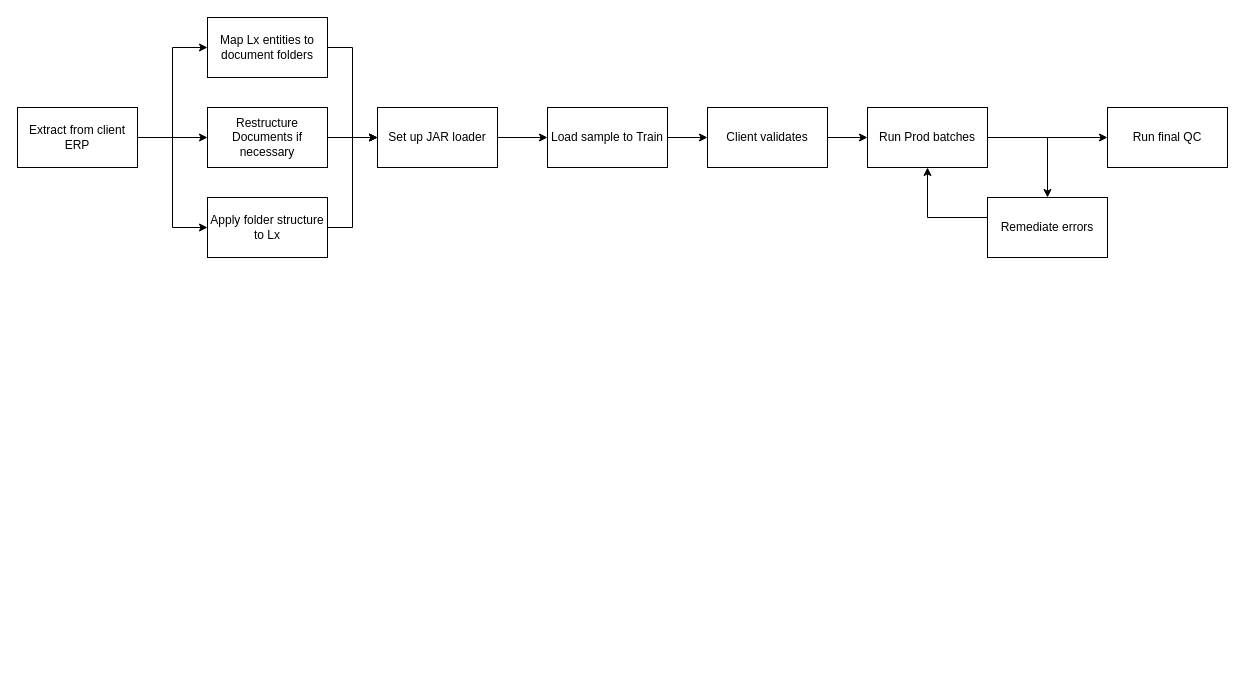
Before: Document Conversion.drawio in AndyGorham/Draw.io, a draw.io diagram. Source tidied: cells renumbered, new cells numbered last; positions are measured from the earlier drawing's top-left corner, leaving out a move shared by most shapes. Both pictures are drawn from the tidied source at 100%, with x=0, y=0 at pixel (17, 17).
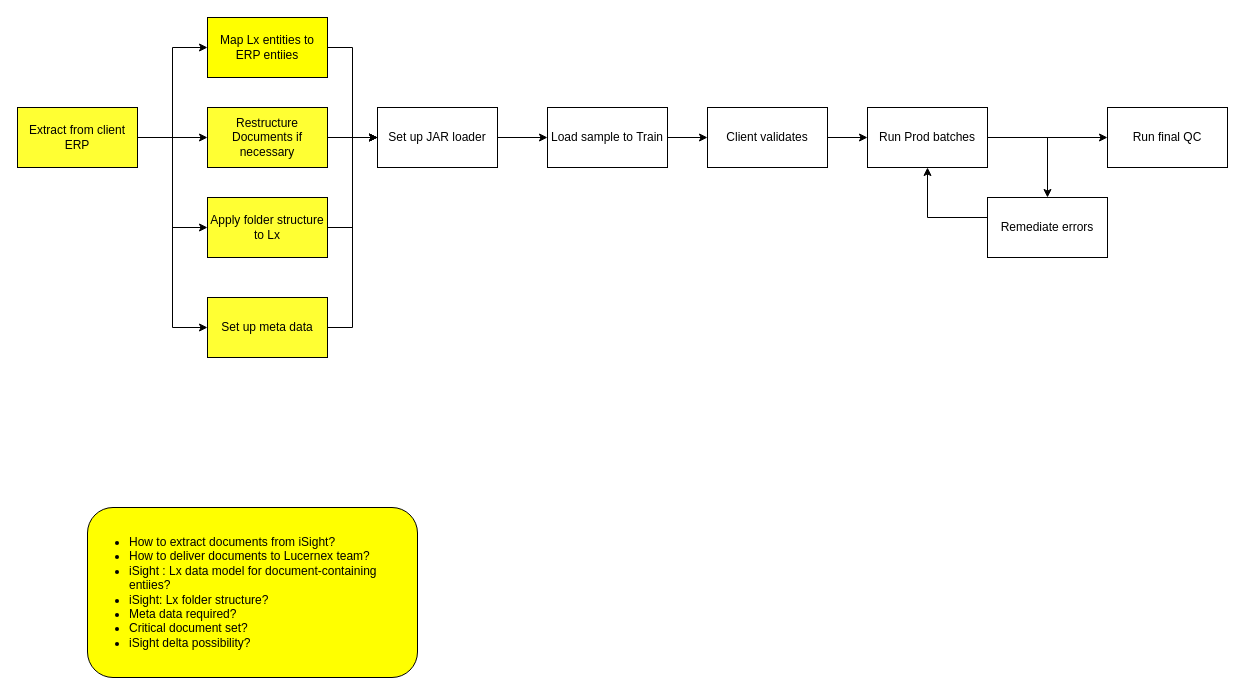
After the change.

The change refers to these unchanged cells:
```xml
<mxCell id="13" value="Set up JAR loader" style="rounded=0;whiteSpace=wrap;html=1;" parent="1" vertex="1">
  <mxGeometry x="360" y="90" width="120" height="60" as="geometry" />
</mxCell>
```

What changed in the source:
```diff
@@
+    <mxCell id="24" style="edgeStyle=orthogonalEdgeStyle;rounded=0;jettySize=auto;html=1;entryX=0;entryY=0.5;entryDx=0;entryDy=0;" parent="1" edge="1" source="5" target="26">
+      <mxGeometry relative="1" as="geometry" />
+    </mxCell>
-    <mxCell id="5" value="Extract from client ERP" style="rounded=0;whiteSpace=wrap;html=1;" parent="1" vertex="1">
+    <mxCell id="5" value="Extract from client ERP" style="rounded=0;whiteSpace=wrap;html=1;fillColor=#FFFF33;" parent="1" vertex="1">
       <mxGeometry y="90" width="120" height="60" as="geometry" />
     </mxCell>
@@
-    <mxCell id="7" value="Restructure Documents if necessary" style="rounded=0;whiteSpace=wrap;html=1;" parent="1" vertex="1">
+    <mxCell id="7" value="Restructure Documents if necessary" style="rounded=0;whiteSpace=wrap;html=1;fillColor=#FFFF33;" parent="1" vertex="1">
       <mxGeometry x="190" y="90" width="120" height="60" as="geometry" />
     </mxCell>
@@
-    <mxCell id="9" value="Apply folder structure to Lx" style="rounded=0;whiteSpace=wrap;html=1;" parent="1" vertex="1">
+    <mxCell id="9" value="Apply folder structure to Lx" style="rounded=0;whiteSpace=wrap;html=1;fillColor=#FFFF33;" parent="1" vertex="1">
       <mxGeometry x="190" y="180" width="120" height="60" as="geometry" />
     </mxCell>
@@
-    <mxCell id="11" value="Map Lx entities to document folders" style="rounded=0;whiteSpace=wrap;html=1;" parent="1" vertex="1">
+    <mxCell id="11" value="Map Lx entities to ERP entiies" style="rounded=0;whiteSpace=wrap;html=1;fillColor=#FFFF00;" parent="1" vertex="1">
       <mxGeometry x="190" width="120" height="60" as="geometry" />
     </mxCell>
@@
+    <mxCell id="25" style="edgeStyle=orthogonalEdgeStyle;rounded=0;jettySize=auto;html=1;entryX=0;entryY=0.5;entryDx=0;entryDy=0;" parent="1" edge="1" source="26" target="13">
+      <mxGeometry relative="1" as="geometry" />
+    </mxCell>
+    <mxCell id="26" value="Set up meta data" style="rounded=0;whiteSpace=wrap;html=1;fillColor=#FFFF33;" parent="1" vertex="1">
+      <mxGeometry x="190" y="280" width="120" height="60" as="geometry" />
+    </mxCell>
+    <mxCell id="27" value="&lt;ul&gt;&lt;li&gt;How to extract documents from iSight?&lt;/li&gt;&lt;li&gt;How to deliver documents to Lucernex team?&lt;/li&gt;&lt;li&gt;iSight : Lx data model for document-containing entiies?&lt;/li&gt;&lt;li&gt;iSight: Lx folder structure?&lt;/li&gt;&lt;li&gt;Meta data required?&lt;/li&gt;&lt;li&gt;Critical document set?&lt;/li&gt;&lt;li&gt;iSight delta possibility?&lt;/li&gt;&lt;/ul&gt;" style="rounded=1;whiteSpace=wrap;html=1;fillColor=#FFFF00;align=left;" parent="1" vertex="1">
+      <mxGeometry x="70" y="490" width="330" height="170" as="geometry" />
+    </mxCell>
```
